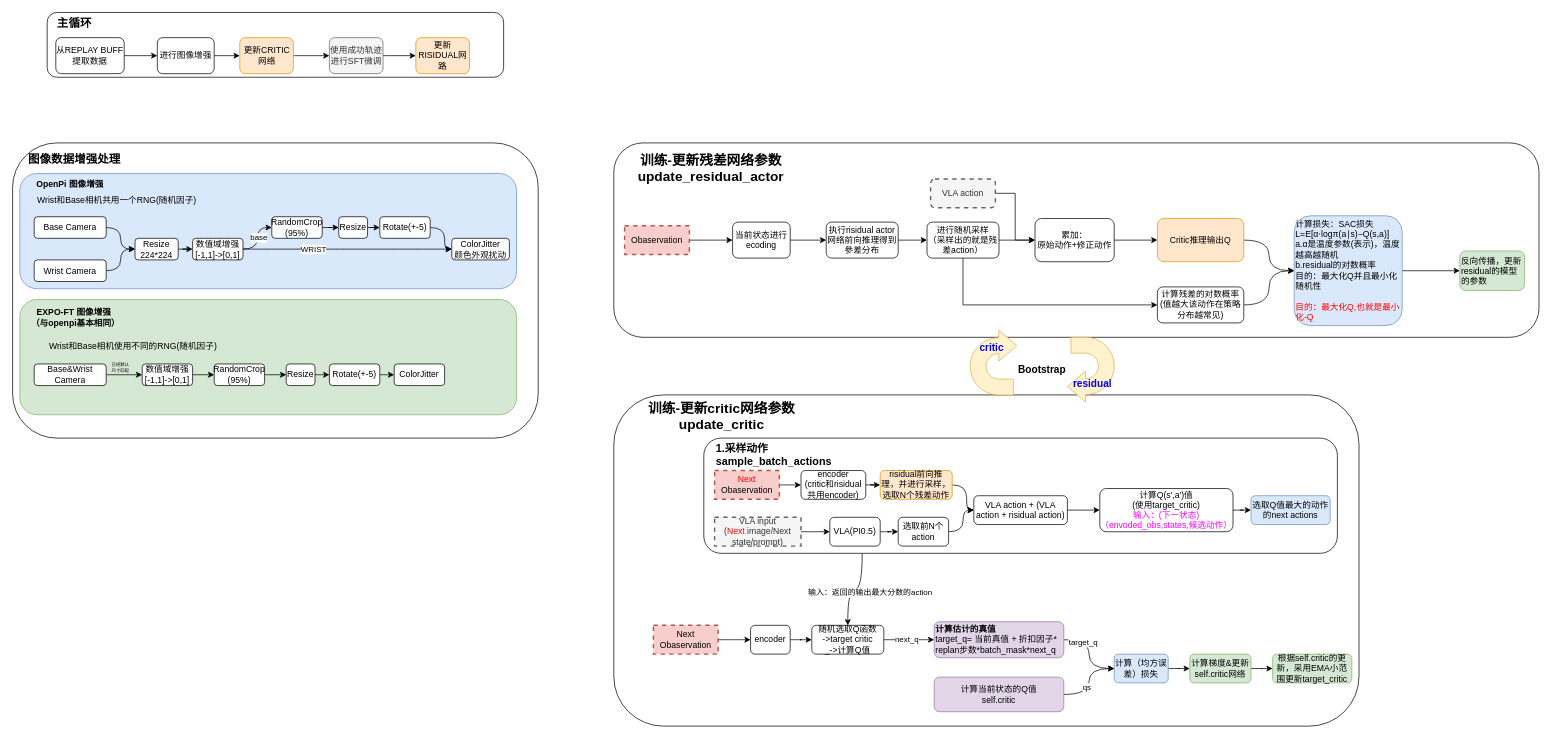
Before: LLM/VLA/EXPO-FT.drawio in mailonghua/drawio, a draw.io diagram. Source tidied: cells renumbered, new cells numbered last; positions are measured from the earlier drawing's top-left corner, leaving out a move shared by most shapes. Both pictures are drawn from the tidied source at 72%, with x=0, y=0 at pixel (12, 12).
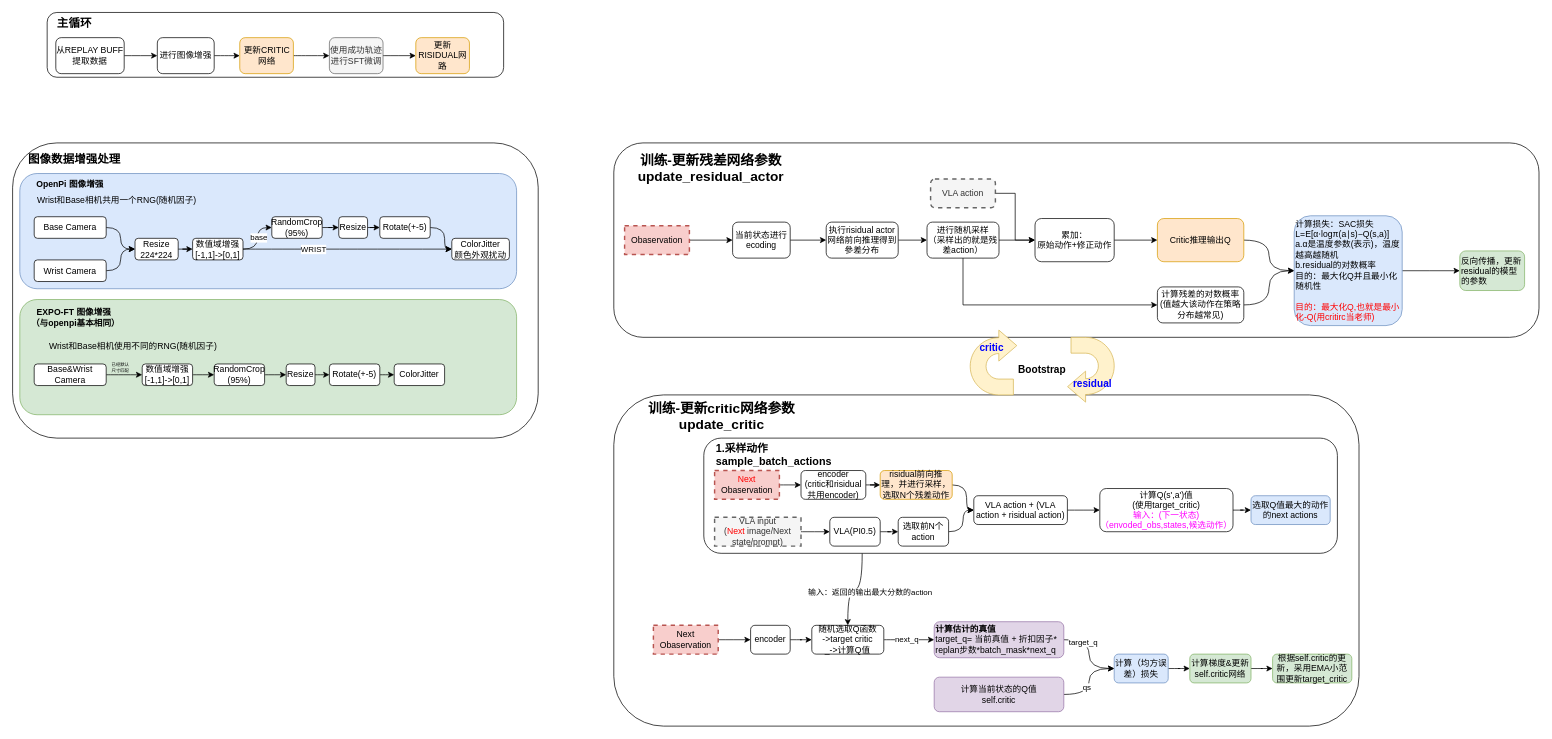
The same diagram, later.

What changed in the source:
```diff
@@
-    <mxCell id="28" value="计算损失：SAC损失&lt;br&gt;L=E[α⋅logπ(a∣s)−Q(s,a)]&lt;div&gt;a.α是温度参数(表示)，温度越高越随机&lt;br&gt;b.residual的对数概率&lt;br&gt;目的：最大化Q并且最小化随机性&lt;br&gt;&lt;br&gt;&lt;span style=&quot;color: rgb(255, 0, 0);&quot;&gt;目的：最大化Q,也就是最小化-Q&lt;/span&gt;&lt;/div&gt;" style="rounded=1;whiteSpace=wrap;html=1;align=left;fillColor=#dae8fc;strokeColor=#6c8ebf;" parent="1" vertex="1">
+    <mxCell id="28" value="计算损失：SAC损失&lt;br&gt;L=E[α⋅logπ(a∣s)−Q(s,a)]&lt;div&gt;a.α是温度参数(表示)，温度越高越随机&lt;br&gt;b.residual的对数概率&lt;br&gt;目的：最大化Q并且最小化随机性&lt;br&gt;&lt;br&gt;&lt;span style=&quot;color: rgb(255, 0, 0);&quot;&gt;目的：最大化Q,也就是最小化-Q(用critirc当老师)&lt;/span&gt;&lt;/div&gt;" style="rounded=1;whiteSpace=wrap;html=1;align=left;fillColor=#dae8fc;strokeColor=#6c8ebf;" parent="1" vertex="1">
       <mxGeometry x="1780" y="282.2" width="150" height="152.5" as="geometry" />
     </mxCell>
```
